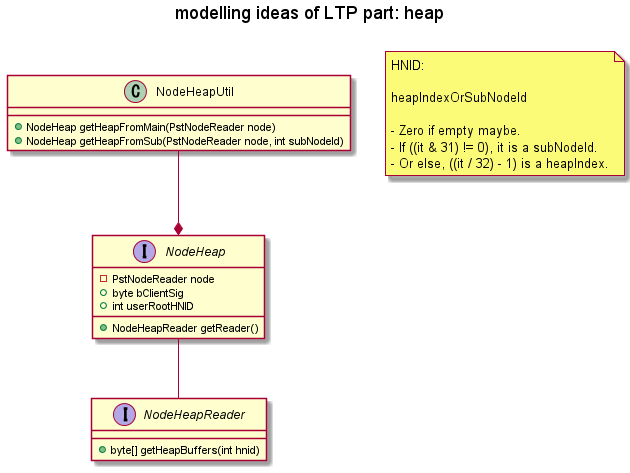
Kris-LIBIS/ruby-msg keeps this PlantUML diagram as out/plantuml/base/ltp_heap.png. Above is the earlier version.
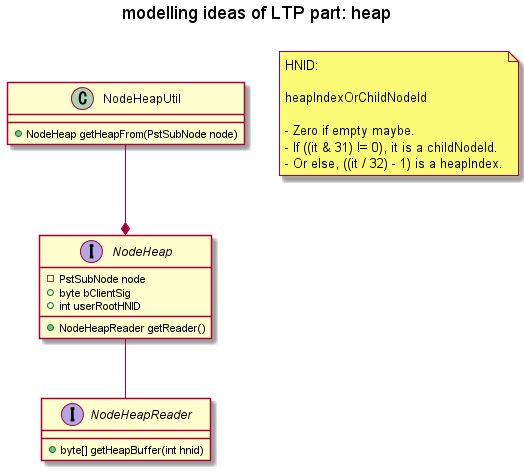
The same file after the commit.

Change to the diagram source:
```diff
@@ -1,12 +1,11 @@
 @startuml ltp_heap
 title modelling ideas of LTP part: heap\n
 class NodeHeapUtil {
-    + NodeHeap getHeapFromMain(PstNodeReader node)
-    + NodeHeap getHeapFromSub(PstNodeReader node, int subNodeId)
+    + NodeHeap getHeapFrom(PstSubNode node)
 }
 
 interface NodeHeap {
-    - PstNodeReader node
+    - PstSubNode node
     + byte bClientSig
     + int userRootHNID
 
@@ -14,16 +13,16 @@
 }
 
 interface NodeHeapReader {
-    + byte[] getHeapBuffers(int hnid)
+    + byte[] getHeapBuffer(int hnid)
 }
 
 note as N1
     HNID:
 
-    heapIndexOrSubNodeId
+    heapIndexOrChildNodeId
 
     - Zero if empty maybe.
-    - If ((it & 31) != 0), it is a subNodeId.
+    - If ((it & 31) != 0), it is a childNodeId.
     - Or else, ((it / 32) - 1) is a heapIndex.
 end note
 
```
